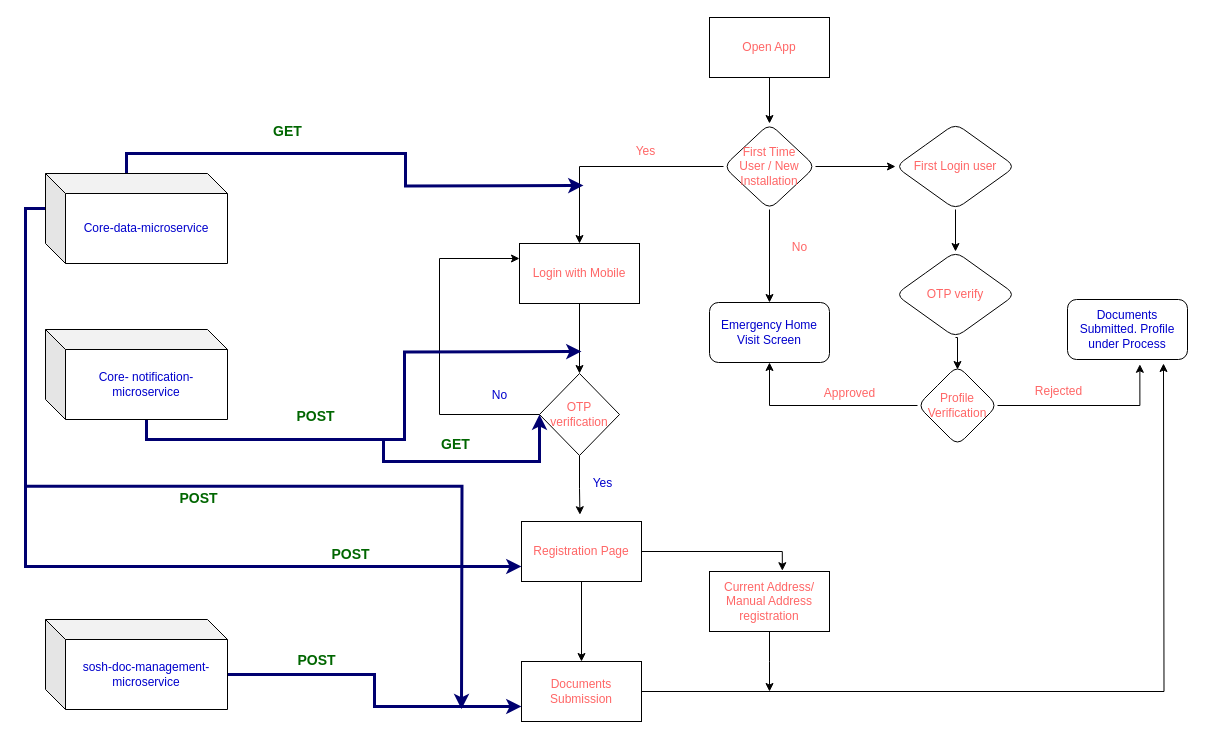
Before: page "Registration-Service-Provider" (2 of 2) of HLS.-Design.drawio in CrossDimension-LLP/sosh-HLS-designs, a draw.io diagram. Source tidied: cells renumbered, new cells numbered last; positions are measured from the earlier drawing's top-left corner, leaving out a move shared by most shapes. Both pictures are drawn from the tidied source at 100%, with x=0, y=0 at pixel (45, 17).
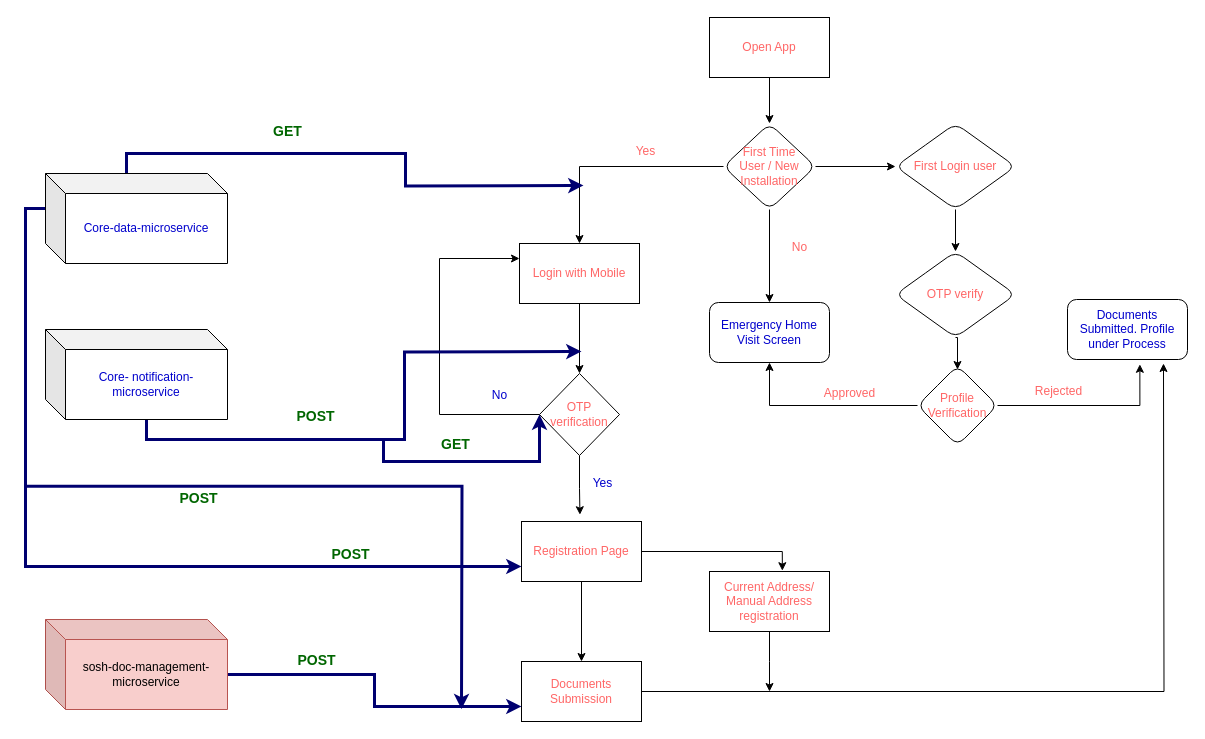
After the change.

The edit, as a diff of the source:
```diff
@@
-    <mxCell id="45" value="sosh-doc-management-microservice" style="shape=cube;whiteSpace=wrap;html=1;boundedLbl=1;backgroundOutline=1;darkOpacity=0.05;darkOpacity2=0.1;rounded=1;fontColor=#0000CC;" parent="1" vertex="1">
+    <mxCell id="45" value="sosh-doc-management-microservice" style="shape=cube;whiteSpace=wrap;html=1;boundedLbl=1;backgroundOutline=1;darkOpacity=0.05;darkOpacity2=0.1;rounded=1;fillColor=#f8cecc;strokeColor=#b85450;" parent="1" vertex="1">
       <mxGeometry y="602" width="182" height="90" as="geometry" />
     </mxCell>
```
